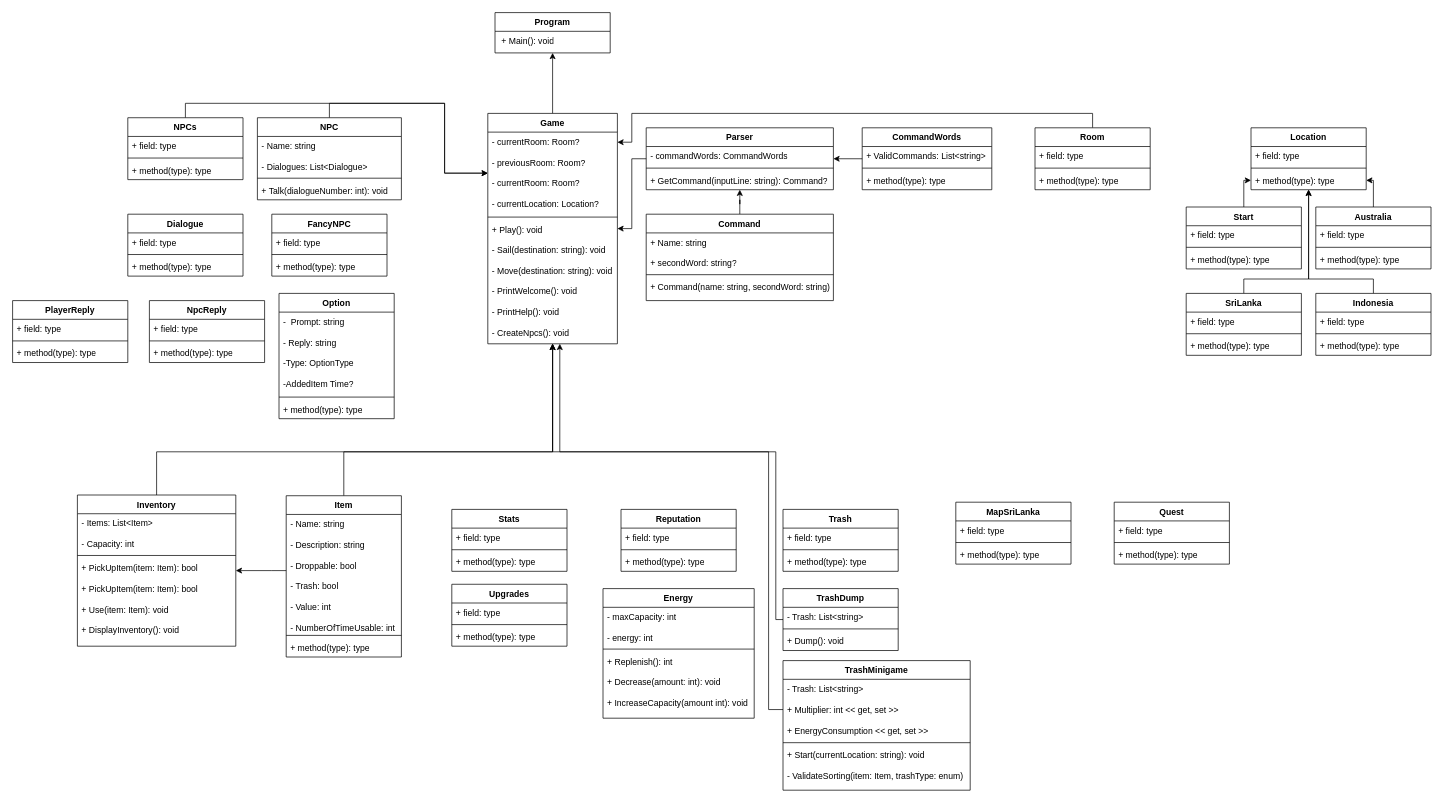
eduard-gangan/EcoQuest keeps this draw.io diagram as UML_Diagram.drawio. Above is the earlier version. Source tidied: cells renumbered, new cells numbered last; positions are measured from the earlier drawing's top-left corner, leaving out a move shared by most shapes. Both pictures are drawn from the tidied source at 72%, with x=0, y=0 at pixel (12, 12).
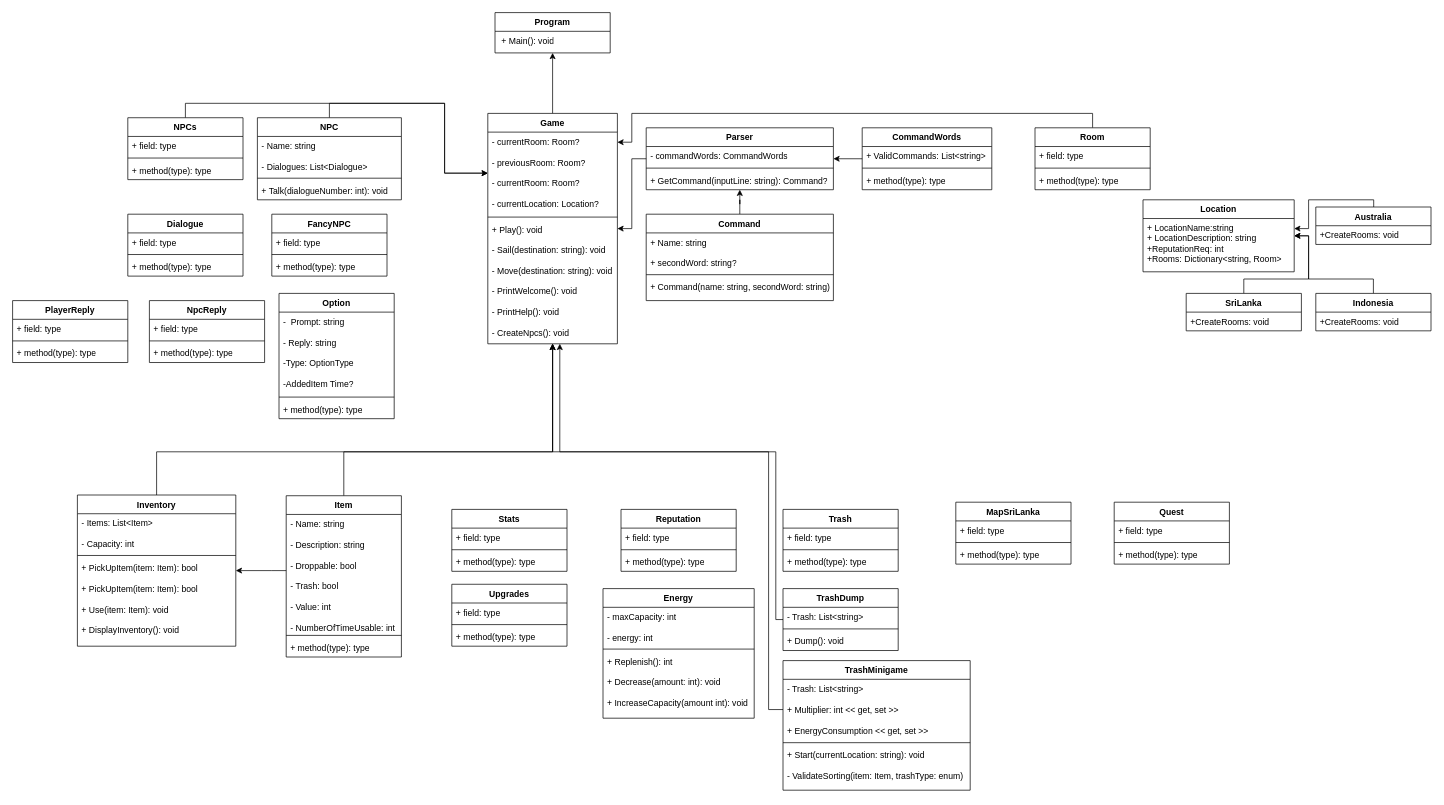
Above is the later version.

Change to the diagram source:
```diff
@@
     <mxCell id="106" value="Location" style="swimlane;fontStyle=1;align=center;verticalAlign=top;horizontal=1;startSize=26;whiteSpace=wrap;html=1;" parent="1" vertex="1">
-      <mxGeometry x="1720" y="160" width="160" height="86" as="geometry" />
+      <mxGeometry x="1570" y="260" width="210" height="100" as="geometry" />
     </mxCell>
-    <mxCell id="107" value="+ field: type" style="text;strokeColor=none;fillColor=none;align=left;verticalAlign=top;spacingLeft=4;spacingRight=4;overflow=hidden;whiteSpace=wrap;html=1;" parent="106" vertex="1">
-      <mxGeometry y="26" width="160" height="26" as="geometry" />
+    <mxCell id="107" value="&lt;div&gt;+ LocationName:string&lt;/div&gt;&lt;div&gt;+ LocationDescription: string&lt;br&gt;&lt;/div&gt;&lt;div&gt;+ReputationReq: int&lt;/div&gt;&lt;div&gt;+Rooms: Dictionary&amp;lt;string, Room&amp;gt;&lt;br&gt;&lt;/div&gt;" style="text;strokeColor=none;fillColor=none;align=left;verticalAlign=top;spacingLeft=4;spacingRight=4;overflow=hidden;whiteSpace=wrap;html=1;" parent="106" vertex="1">
+      <mxGeometry y="26" width="210" height="74" as="geometry" />
     </mxCell>
     <mxCell id="108" style="line;strokeWidth=1;fillColor=none;align=left;verticalAlign=middle;spacingTop=-1;spacingLeft=3;spacingRight=3;labelPosition=right;strokeColor=inherit;" parent="106" vertex="1">
-      <mxGeometry y="52" width="160" height="8" as="geometry" />
+      <mxGeometry y="100" width="210" as="geometry" />
     </mxCell>
-    <mxCell id="109" value="+ method(type): type" style="text;strokeColor=none;fillColor=none;align=left;verticalAlign=top;spacingLeft=4;spacingRight=4;overflow=hidden;points=[[0,0.5],[1,0.5]];portConstraint=eastwest;whiteSpace=wrap;html=1;" parent="106" vertex="1">
-      <mxGeometry y="60" width="160" height="26" as="geometry" />
-    </mxCell>
-    <mxCell id="110" style="edgeStyle=orthogonalEdgeStyle;rounded=0;jettySize=auto;html=1;" parent="1" edge="1" source="111" target="109">
-      <mxGeometry relative="1" as="geometry">
-        <Array as="points">
-          <mxPoint x="1710" y="233" />
-        </Array>
-      </mxGeometry>
-    </mxCell>
-    <mxCell id="111" value="Start" style="swimlane;fontStyle=1;align=center;verticalAlign=top;horizontal=1;startSize=26;whiteSpace=wrap;html=1;" parent="1" vertex="1">
-      <mxGeometry x="1630" y="270" width="160" height="86" as="geometry" />
-    </mxCell>
-    <mxCell id="112" value="+ field: type" style="text;strokeColor=none;fillColor=none;align=left;verticalAlign=top;spacingLeft=4;spacingRight=4;overflow=hidden;whiteSpace=wrap;html=1;" parent="111" vertex="1">
-      <mxGeometry y="26" width="160" height="26" as="geometry" />
-    </mxCell>
-    <mxCell id="113" style="line;strokeWidth=1;fillColor=none;align=left;verticalAlign=middle;spacingTop=-1;spacingLeft=3;spacingRight=3;labelPosition=right;strokeColor=inherit;" parent="111" vertex="1">
-      <mxGeometry y="52" width="160" height="8" as="geometry" />
-    </mxCell>
-    <mxCell id="114" value="+ method(type): type" style="text;strokeColor=none;fillColor=none;align=left;verticalAlign=top;spacingLeft=4;spacingRight=4;overflow=hidden;whiteSpace=wrap;html=1;" parent="111" vertex="1">
-      <mxGeometry y="60" width="160" height="26" as="geometry" />
-    </mxCell>
-    <mxCell id="115" style="edgeStyle=orthogonalEdgeStyle;rounded=0;jettySize=auto;html=1;entryX=1;entryY=0.5;entryDx=0;entryDy=0;" parent="1" edge="1" source="116" target="109">
+    <mxCell id="115" style="edgeStyle=orthogonalEdgeStyle;rounded=0;orthogonalLoop=1;jettySize=auto;html=1;" parent="1" edge="1">
       <mxGeometry relative="1" as="geometry">
+        <mxPoint x="1890.4" y="270" as="sourcePoint" />
+        <mxPoint x="1780" y="300" as="targetPoint" />
         <Array as="points">
-          <mxPoint x="1890" y="233" />
+          <mxPoint x="1890" y="260" />
+          <mxPoint x="1800" y="260" />
+          <mxPoint x="1800" y="300" />
+          <mxPoint x="1780" y="300" />
         </Array>
       </mxGeometry>
     </mxCell>
     <mxCell id="116" value="Australia" style="swimlane;fontStyle=1;align=center;verticalAlign=top;horizontal=1;startSize=26;whiteSpace=wrap;html=1;" parent="1" vertex="1">
-      <mxGeometry x="1810" y="270" width="160" height="86" as="geometry" />
+      <mxGeometry x="1810" y="270" width="160" height="52" as="geometry" />
     </mxCell>
-    <mxCell id="117" value="+ field: type" style="text;strokeColor=none;fillColor=none;align=left;verticalAlign=top;spacingLeft=4;spacingRight=4;overflow=hidden;whiteSpace=wrap;html=1;" parent="116" vertex="1">
-      <mxGeometry y="26" width="160" height="26" as="geometry" />
-    </mxCell>
-    <mxCell id="118" style="line;strokeWidth=1;fillColor=none;align=left;verticalAlign=middle;spacingTop=-1;spacingLeft=3;spacingRight=3;labelPosition=right;strokeColor=inherit;" parent="116" vertex="1">
-      <mxGeometry y="52" width="160" height="8" as="geometry" />
-    </mxCell>
-    <mxCell id="119" value="+ method(type): type" style="text;strokeColor=none;fillColor=none;align=left;verticalAlign=top;spacingLeft=4;spacingRight=4;overflow=hidden;whiteSpace=wrap;html=1;" parent="116" vertex="1">
-      <mxGeometry y="60" width="160" height="26" as="geometry" />
+    <mxCell id="119" value="+CreateRooms: void" style="text;strokeColor=none;fillColor=none;align=left;verticalAlign=top;spacingLeft=4;spacingRight=4;overflow=hidden;whiteSpace=wrap;html=1;" parent="116" vertex="1">
+      <mxGeometry y="26" width="160" height="26" as="geometry" />
     </mxCell>
@@
     <mxCell id="121" value="Indonesia" style="swimlane;fontStyle=1;align=center;verticalAlign=top;horizontal=1;startSize=26;whiteSpace=wrap;html=1;" parent="1" vertex="1">
-      <mxGeometry x="1810" y="390" width="160" height="86" as="geometry" />
+      <mxGeometry x="1810" y="390" width="160" height="52" as="geometry" />
     </mxCell>
-    <mxCell id="122" value="+ field: type" style="text;strokeColor=none;fillColor=none;align=left;verticalAlign=top;spacingLeft=4;spacingRight=4;overflow=hidden;whiteSpace=wrap;html=1;" parent="121" vertex="1">
-      <mxGeometry y="26" width="160" height="26" as="geometry" />
-    </mxCell>
-    <mxCell id="123" style="line;strokeWidth=1;fillColor=none;align=left;verticalAlign=middle;spacingTop=-1;spacingLeft=3;spacingRight=3;labelPosition=right;strokeColor=inherit;" parent="121" vertex="1">
-      <mxGeometry y="52" width="160" height="8" as="geometry" />
-    </mxCell>
-    <mxCell id="124" value="+ method(type): type" style="text;strokeColor=none;fillColor=none;align=left;verticalAlign=top;spacingLeft=4;spacingRight=4;overflow=hidden;whiteSpace=wrap;html=1;" parent="121" vertex="1">
-      <mxGeometry y="60" width="160" height="26" as="geometry" />
+    <mxCell id="124" value="+CreateRooms: void" style="text;strokeColor=none;fillColor=none;align=left;verticalAlign=top;spacingLeft=4;spacingRight=4;overflow=hidden;whiteSpace=wrap;html=1;" parent="121" vertex="1">
+      <mxGeometry y="26" width="160" height="26" as="geometry" />
     </mxCell>
@@
     <mxCell id="126" value="SriLanka" style="swimlane;fontStyle=1;align=center;verticalAlign=top;horizontal=1;startSize=26;whiteSpace=wrap;html=1;" parent="1" vertex="1">
-      <mxGeometry x="1630" y="390" width="160" height="86" as="geometry" />
+      <mxGeometry x="1630" y="390" width="160" height="52" as="geometry" />
     </mxCell>
-    <mxCell id="127" value="+ field: type" style="text;strokeColor=none;fillColor=none;align=left;verticalAlign=top;spacingLeft=4;spacingRight=4;overflow=hidden;whiteSpace=wrap;html=1;" parent="126" vertex="1">
-      <mxGeometry y="26" width="160" height="26" as="geometry" />
-    </mxCell>
-    <mxCell id="128" style="line;strokeWidth=1;fillColor=none;align=left;verticalAlign=middle;spacingTop=-1;spacingLeft=3;spacingRight=3;labelPosition=right;strokeColor=inherit;" parent="126" vertex="1">
-      <mxGeometry y="52" width="160" height="8" as="geometry" />
-    </mxCell>
-    <mxCell id="129" value="+ method(type): type" style="text;strokeColor=none;fillColor=none;align=left;verticalAlign=top;spacingLeft=4;spacingRight=4;overflow=hidden;whiteSpace=wrap;html=1;" parent="126" vertex="1">
-      <mxGeometry y="60" width="160" height="26" as="geometry" />
+    <mxCell id="129" value="+CreateRooms: void" style="text;strokeColor=none;fillColor=none;align=left;verticalAlign=top;spacingLeft=4;spacingRight=4;overflow=hidden;whiteSpace=wrap;html=1;" parent="126" vertex="1">
+      <mxGeometry y="26" width="160" height="26" as="geometry" />
     </mxCell>
```
